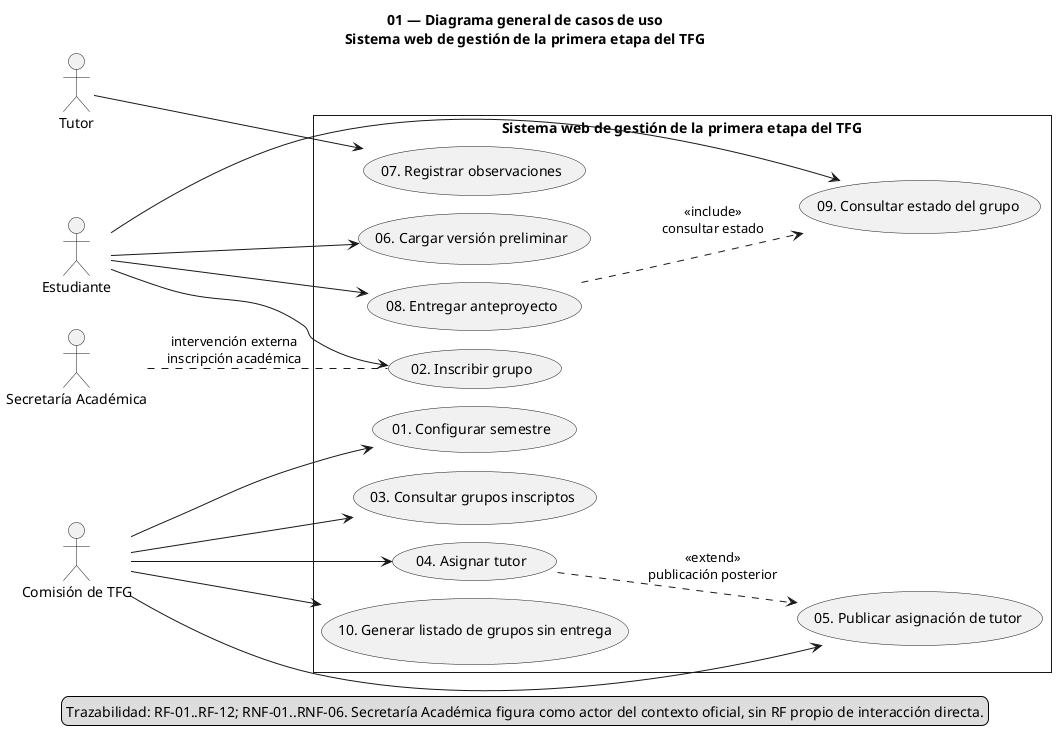
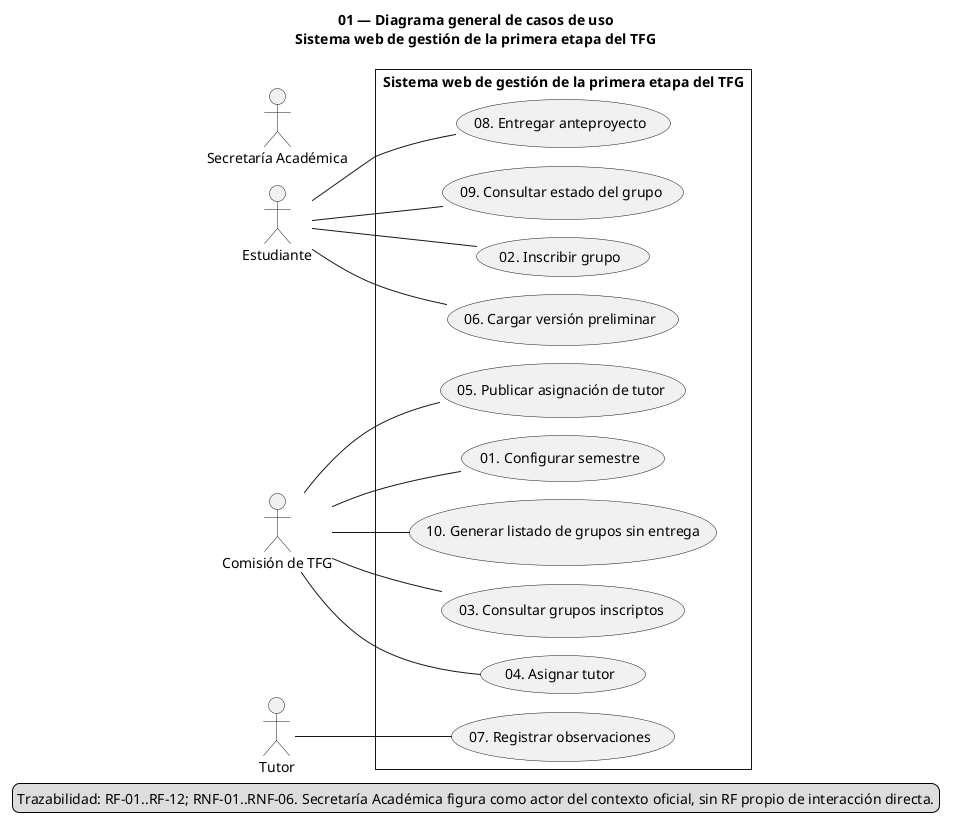
@startuml
!pragma layout smetana
left to right direction
skinparam style strictuml
skinparam shadowing false
title 01 — Diagrama general de casos de uso\nSistema web de gestión de la primera etapa del TFG
actor "Estudiante" as Estudiante
actor "Comisión de TFG" as Comision
actor "Tutor" as Tutor
actor "Secretaría Académica" as Secretaria
rectangle "Sistema web de gestión de la primera etapa del TFG" {
  usecase "01. Configurar semestre" as UC01
  usecase "02. Inscribir grupo" as UC02
  usecase "03. Consultar grupos inscriptos" as UC03
  usecase "04. Asignar tutor" as UC04
  usecase "05. Publicar asignación de tutor" as UC05
  usecase "06. Cargar versión preliminar" as UC06
  usecase "07. Registrar observaciones" as UC07
  usecase "08. Entregar anteproyecto" as UC08
  usecase "09. Consultar estado del grupo" as UC09
  usecase "10. Generar listado de grupos sin entrega" as UC10
}
- Estudiante --> UC02
- Estudiante --> UC06
- Estudiante --> UC08
- Estudiante --> UC09
- Comision --> UC01
- Comision --> UC03
- Comision --> UC04
- Comision --> UC05
- Comision --> UC10
- Tutor --> UC07
- Secretaria .. UC02 : intervención externa\ninscripción académica
- UC08 ..> UC09 : <<include>>\nconsultar estado
- UC04 ..> UC05 : <<extend>>\npublicación posterior
+ Estudiante -- UC02
+ Estudiante -- UC06
+ Estudiante -- UC08
+ Estudiante -- UC09
+ Comision -- UC01
+ Comision -- UC03
+ Comision -- UC04
+ Comision -- UC05
+ Comision -- UC10
+ Tutor -- UC07
legend bottom
Trazabilidad: RF-01..RF-12; RNF-01..RNF-06. Secretaría Académica figura como actor del contexto oficial, sin RF propio de interacción directa.
endlegend
@enduml